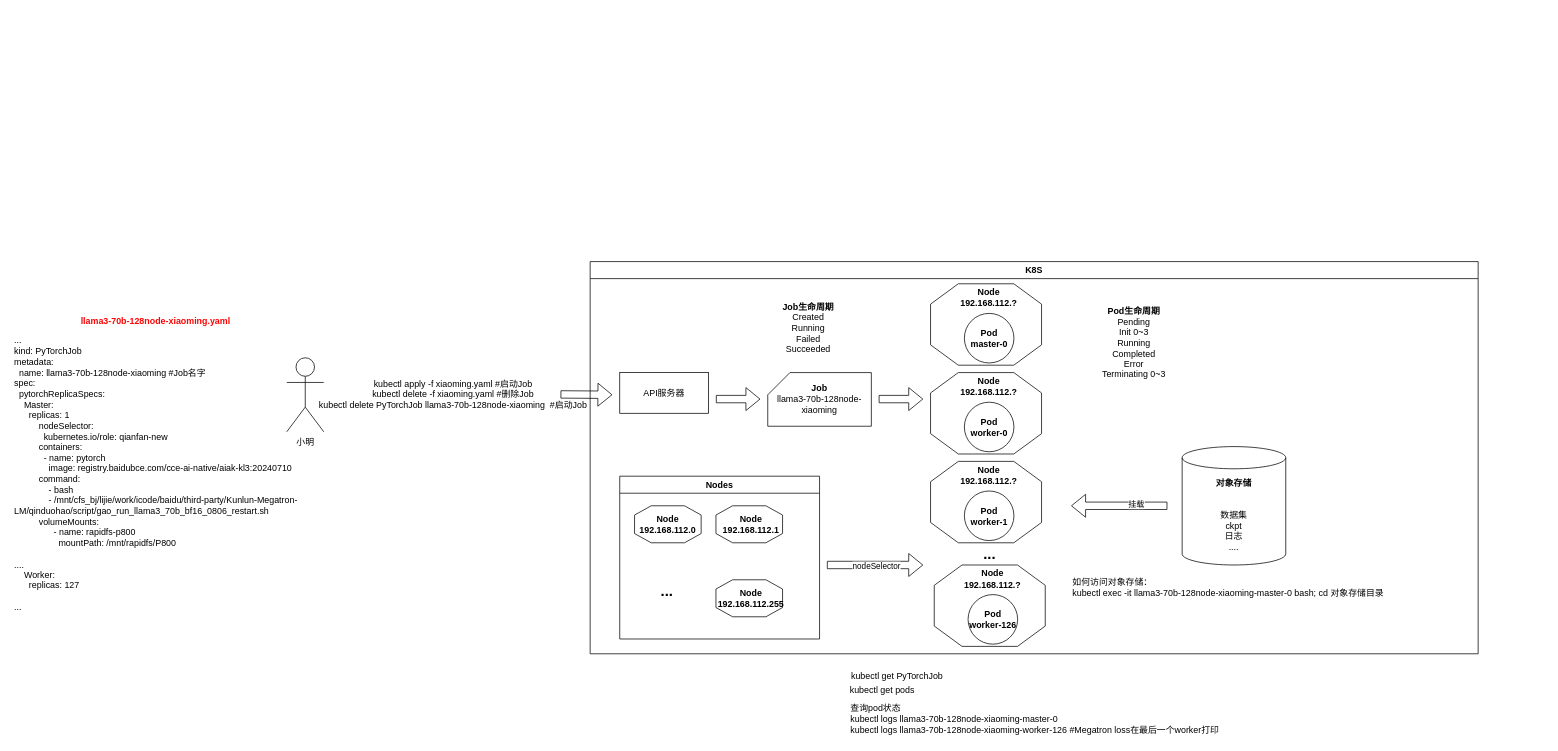
The draw.io diagram k8s.drawio in LamForest/draw.io, before the edit. Source tidied: cells renumbered, new cells numbered last; positions are measured from the earlier drawing's top-left corner, leaving out a move shared by most shapes. Both pictures are drawn from the tidied source at 74%, with x=0, y=0 at pixel (13, 261).
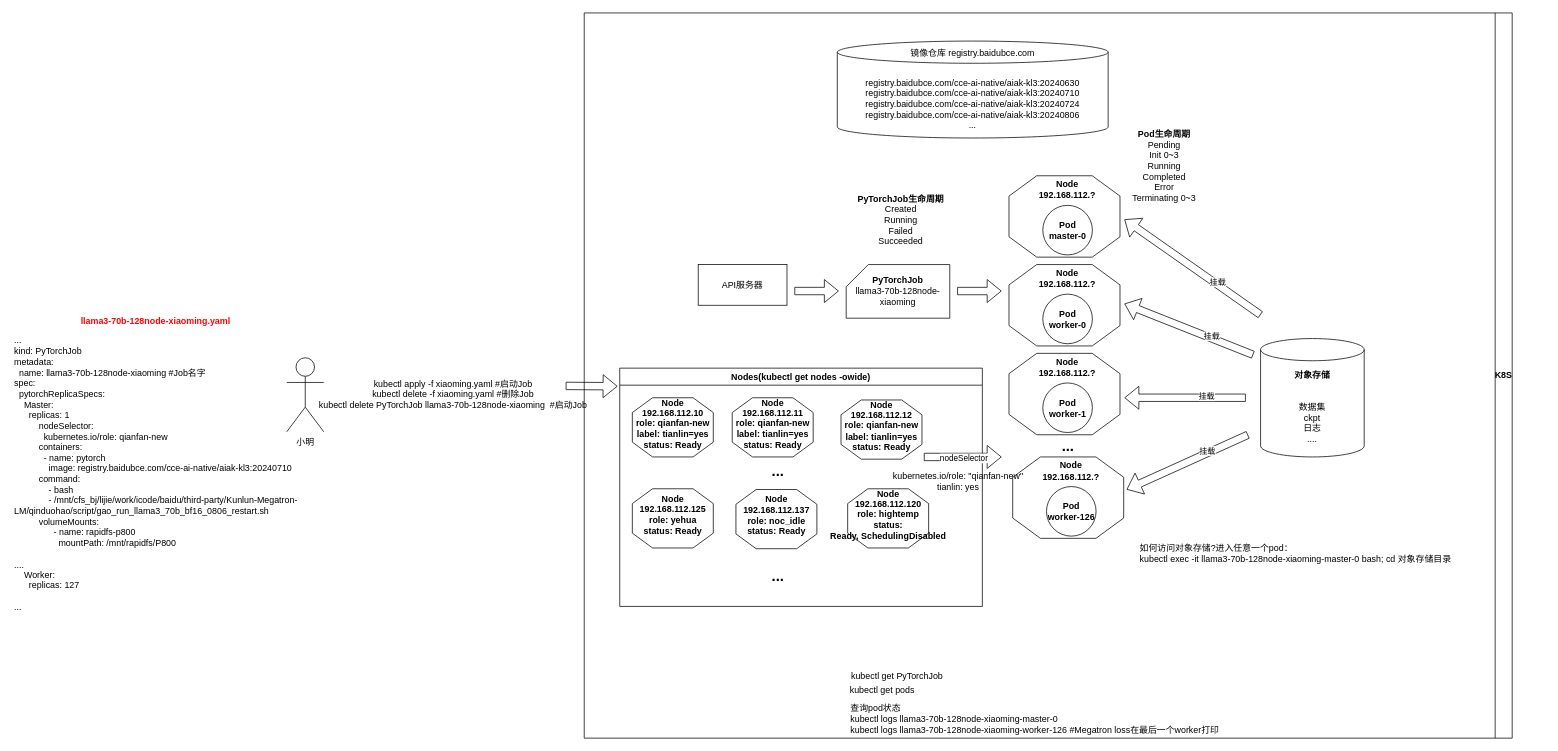
The same diagram, later.

Diff of the diagram source:
```diff
@@
-    <mxCell id="5" value="K8S" style="swimlane;whiteSpace=wrap;html=1;" parent="1" vertex="1">
-      <mxGeometry x="780" width="1200" height="530" as="geometry" />
+    <mxCell id="5" value="K8S" style="swimlane;whiteSpace=wrap;html=1;direction=south;" parent="1" vertex="1">
+      <mxGeometry x="772" y="-336" width="1254" height="980" as="geometry" />
     </mxCell>
+    <mxCell id="41" value="如何访问对象存储?进入任意一个pod：&#10;kubectl exec -it llama3-70b-128node-xiaoming-master-0 bash; cd 对象存储目录" style="text;whiteSpace=wrap;" parent="5" vertex="1">
+      <mxGeometry x="749" y="710" width="550" height="30" as="geometry" />
+    </mxCell>
     <mxCell id="6" style="group;" parent="5" vertex="1">
-      <mxGeometry x="460" y="30" width="150" height="110" as="geometry" />
+      <mxGeometry x="574" y="220" width="150" height="110" as="geometry" />
     </mxCell>
@@
     <mxCell id="10" value="API服务器" style="rounded=0;whiteSpace=wrap;html=1;" parent="5" vertex="1">
-      <mxGeometry x="40" y="150" width="120" height="55" as="geometry" />
+      <mxGeometry x="154" y="340" width="120" height="55" as="geometry" />
     </mxCell>
-    <mxCell id="11" value="&lt;b&gt;Job&lt;/b&gt;&lt;div&gt;llama3-70b-128node-xiaoming&lt;br&gt;&lt;/div&gt;" style="shape=card;whiteSpace=wrap;html=1;" parent="5" vertex="1">
-      <mxGeometry x="240" y="150" width="140" height="72.5" as="geometry" />
+    <mxCell id="11" value="&lt;b&gt;PyTorchJob&lt;/b&gt;&lt;div&gt;llama3-70b-128node-xiaoming&lt;br&gt;&lt;/div&gt;" style="shape=card;whiteSpace=wrap;html=1;" parent="5" vertex="1">
+      <mxGeometry x="354" y="340" width="140" height="72.5" as="geometry" />
     </mxCell>
     <mxCell id="12" value="..." style="text;html=1;align=center;verticalAlign=middle;whiteSpace=wrap;rounded=0;fontSize=20;fontStyle=1;" parent="5" vertex="1">
-      <mxGeometry x="510" y="380" width="60" height="30" as="geometry" />
+      <mxGeometry x="624" y="570" width="60" height="30" as="geometry" />
     </mxCell>
-    <mxCell id="13" style="verticalLabelPosition=bottom;verticalAlign=top;html=1;shape=mxgraph.basic.polygon;polyCoords=[[0.25,0],[0.75,0],[1,0.25],[1,0.75],[0.75,1],[0.25,1],[0,0.75],[0,0.25]];polyline=0;" parent="5" vertex="1">
-      <mxGeometry x="60" y="330" width="90" height="50" as="geometry" />
-    </mxCell>
-    <mxCell id="14" value="Node&lt;div&gt;192.168.112.0&lt;/div&gt;" style="text;html=1;align=center;verticalAlign=middle;whiteSpace=wrap;rounded=0;fontStyle=1;" parent="5" vertex="1">
-      <mxGeometry x="75" y="340" width="60" height="30" as="geometry" />
-    </mxCell>
-    <mxCell id="15" style="verticalLabelPosition=bottom;verticalAlign=top;html=1;shape=mxgraph.basic.polygon;polyCoords=[[0.25,0],[0.75,0],[1,0.25],[1,0.75],[0.75,1],[0.25,1],[0,0.75],[0,0.25]];polyline=0;" parent="5" vertex="1">
-      <mxGeometry x="170" y="330" width="90" height="50" as="geometry" />
-    </mxCell>
-    <mxCell id="16" value="Node&lt;div&gt;192.168.112.1&lt;/div&gt;" style="text;html=1;align=center;verticalAlign=middle;whiteSpace=wrap;rounded=0;fontStyle=1;" parent="5" vertex="1">
-      <mxGeometry x="185" y="340" width="65" height="30" as="geometry" />
-    </mxCell>
+    <mxCell id="21" value="Nodes(kubectl get nodes -owide)" style="swimlane;whiteSpace=wrap;html=1;" parent="5" vertex="1">
+      <mxGeometry x="48" y="480" width="490" height="322" as="geometry" />
+    </mxCell>
+    <mxCell id="49" style="group;" parent="21" vertex="1">
+      <mxGeometry x="17" y="40" width="182" height="80" as="geometry" />
+    </mxCell>
+    <mxCell id="50" style="verticalLabelPosition=bottom;verticalAlign=top;html=1;shape=mxgraph.basic.polygon;polyCoords=[[0.25,0],[0.75,0],[1,0.25],[1,0.75],[0.75,1],[0.25,1],[0,0.75],[0,0.25]];polyline=0;" parent="49" vertex="1">
+      <mxGeometry width="109.4" height="80" as="geometry" />
+    </mxCell>
+    <mxCell id="51" value="Node&lt;div&gt;192.168.112.10&lt;/div&gt;&lt;div&gt;role: qianfan-new&lt;/div&gt;&lt;div&gt;label: tianlin=yes&lt;br&gt;&lt;/div&gt;&lt;div&gt;status: Ready&lt;/div&gt;" style="text;html=1;align=center;verticalAlign=middle;whiteSpace=wrap;rounded=0;fontStyle=1;" parent="49" vertex="1">
+      <mxGeometry x="-24.4" y="16" width="158.2" height="37.5" as="geometry" />
+    </mxCell>
+    <mxCell id="52" style="group;" parent="21" vertex="1">
+      <mxGeometry x="299" y="43" width="182" height="80" as="geometry" />
+    </mxCell>
+    <mxCell id="53" style="verticalLabelPosition=bottom;verticalAlign=top;html=1;shape=mxgraph.basic.polygon;polyCoords=[[0.25,0],[0.75,0],[1,0.25],[1,0.75],[0.75,1],[0.25,1],[0,0.75],[0,0.25]];polyline=0;" parent="52" vertex="1">
+      <mxGeometry width="109.4" height="80" as="geometry" />
+    </mxCell>
+    <mxCell id="54" value="Node&lt;div&gt;192.168.112.12&lt;/div&gt;&lt;div&gt;role: qianfan-new&lt;/div&gt;&lt;div&gt;label: tianlin=yes&lt;br&gt;&lt;/div&gt;&lt;div&gt;status: Ready&lt;/div&gt;" style="text;html=1;align=center;verticalAlign=middle;whiteSpace=wrap;rounded=0;fontStyle=1;" parent="52" vertex="1">
+      <mxGeometry x="-24.4" y="16" width="158.2" height="37.5" as="geometry" />
+    </mxCell>
+    <mxCell id="55" style="group;" parent="21" vertex="1">
+      <mxGeometry x="17" y="163" width="182" height="80" as="geometry" />
+    </mxCell>
+    <mxCell id="56" style="verticalLabelPosition=bottom;verticalAlign=top;html=1;shape=mxgraph.basic.polygon;polyCoords=[[0.25,0],[0.75,0],[1,0.25],[1,0.75],[0.75,1],[0.25,1],[0,0.75],[0,0.25]];polyline=0;" parent="55" vertex="1">
+      <mxGeometry width="109.4" height="80" as="geometry" />
+    </mxCell>
+    <mxCell id="57" value="Node&lt;div&gt;192.168.112.125&lt;/div&gt;&lt;div&gt;role: yehua&lt;/div&gt;&lt;div&gt;status: Ready&lt;/div&gt;" style="text;html=1;align=center;verticalAlign=middle;whiteSpace=wrap;rounded=0;fontStyle=1;" parent="55" vertex="1">
+      <mxGeometry x="-24.4" y="16" width="158.2" height="37.5" as="geometry" />
+    </mxCell>
+    <mxCell id="58" style="group;" parent="21" vertex="1">
+      <mxGeometry x="157" y="164" width="182" height="80" as="geometry" />
+    </mxCell>
+    <mxCell id="59" style="verticalLabelPosition=bottom;verticalAlign=top;html=1;shape=mxgraph.basic.polygon;polyCoords=[[0.25,0],[0.75,0],[1,0.25],[1,0.75],[0.75,1],[0.25,1],[0,0.75],[0,0.25]];polyline=0;" parent="58" vertex="1">
+      <mxGeometry width="109.4" height="80" as="geometry" />
+    </mxCell>
+    <mxCell id="60" value="Node&lt;div&gt;192.168.112.137&lt;/div&gt;&lt;div&gt;role: noc_idle&lt;/div&gt;&lt;div&gt;status: Ready&lt;/div&gt;" style="text;html=1;align=center;verticalAlign=middle;whiteSpace=wrap;rounded=0;fontStyle=1;" parent="58" vertex="1">
+      <mxGeometry x="-24.4" y="16" width="158.2" height="37.5" as="geometry" />
+    </mxCell>
+    <mxCell id="61" style="group;" parent="21" vertex="1">
+      <mxGeometry x="308" y="163" width="182" height="80" as="geometry" />
+    </mxCell>
+    <mxCell id="62" style="verticalLabelPosition=bottom;verticalAlign=top;html=1;shape=mxgraph.basic.polygon;polyCoords=[[0.25,0],[0.75,0],[1,0.25],[1,0.75],[0.75,1],[0.25,1],[0,0.75],[0,0.25]];polyline=0;" parent="61" vertex="1">
+      <mxGeometry width="109.4" height="80" as="geometry" />
+    </mxCell>
+    <mxCell id="63" value="Node&lt;div&gt;192.168.112.120&lt;/div&gt;&lt;div&gt;role:&amp;nbsp;hightemp&lt;/div&gt;&lt;div&gt;status: Ready,&amp;nbsp;SchedulingDisabled&lt;/div&gt;" style="text;html=1;align=center;verticalAlign=middle;whiteSpace=wrap;rounded=0;fontStyle=1;" parent="61" vertex="1">
+      <mxGeometry x="-24.4" y="16" width="158.2" height="37.5" as="geometry" />
+    </mxCell>
-    <mxCell id="17" value="..." style="text;html=1;align=center;verticalAlign=middle;whiteSpace=wrap;rounded=0;fontSize=20;fontStyle=1;" parent="5" vertex="1">
-      <mxGeometry x="74" y="430" width="60" height="30" as="geometry" />
+    <mxCell id="17" value="..." style="text;html=1;align=center;verticalAlign=middle;whiteSpace=wrap;rounded=0;fontSize=20;fontStyle=1;" parent="21" vertex="1">
+      <mxGeometry x="184" y="123" width="60" height="30" as="geometry" />
     </mxCell>
-    <mxCell id="18" style="group;" parent="5" vertex="1">
-      <mxGeometry x="170" y="430" width="90" height="50" as="geometry" />
-    </mxCell>
-    <mxCell id="19" style="verticalLabelPosition=bottom;verticalAlign=top;html=1;shape=mxgraph.basic.polygon;polyCoords=[[0.25,0],[0.75,0],[1,0.25],[1,0.75],[0.75,1],[0.25,1],[0,0.75],[0,0.25]];polyline=0;" parent="18" vertex="1">
-      <mxGeometry width="90" height="50" as="geometry" />
-    </mxCell>
-    <mxCell id="20" value="Node&lt;div&gt;192.168.112.255&lt;/div&gt;" style="text;html=1;align=center;verticalAlign=middle;whiteSpace=wrap;rounded=0;fontStyle=1;" parent="18" vertex="1">
-      <mxGeometry x="15" y="10" width="65" height="30" as="geometry" />
-    </mxCell>
-    <mxCell id="21" value="Nodes" style="swimlane;whiteSpace=wrap;html=1;" parent="5" vertex="1">
-      <mxGeometry x="40" y="290" width="270" height="220" as="geometry" />
-    </mxCell>
+    <mxCell id="64" value="..." style="text;html=1;align=center;verticalAlign=middle;whiteSpace=wrap;rounded=0;fontSize=20;fontStyle=1;" parent="21" vertex="1">
+      <mxGeometry x="184" y="265" width="60" height="30" as="geometry" />
+    </mxCell>
     <mxCell id="22" style="shape=flexArrow;endArrow=classic;html=1;rounded=0;" parent="5" edge="1">
       <mxGeometry relative="1" as="geometry">
-        <mxPoint x="320" y="410" as="sourcePoint" />
-        <mxPoint x="450" y="410" as="targetPoint" />
+        <mxPoint x="459" y="600" as="sourcePoint" />
+        <mxPoint x="564" y="600" as="targetPoint" />
       </mxGeometry>
     </mxCell>
@@
     <mxCell id="24" style="group;" parent="5" vertex="1">
-      <mxGeometry x="460" y="150" width="150" height="110" as="geometry" />
+      <mxGeometry x="574" y="340" width="150" height="110" as="geometry" />
     </mxCell>
@@
     <mxCell id="28" style="group;" parent="5" vertex="1">
-      <mxGeometry x="460" y="270" width="150" height="110" as="geometry" />
+      <mxGeometry x="574" y="460" width="150" height="110" as="geometry" />
     </mxCell>
@@
     <mxCell id="32" style="group;" parent="5" vertex="1">
-      <mxGeometry x="465" y="410" width="150" height="110" as="geometry" />
+      <mxGeometry x="579" y="600" width="150" height="110" as="geometry" />
     </mxCell>
@@
     <mxCell id="36" value="&lt;b&gt;对象存储&lt;/b&gt;&lt;div&gt;&lt;br&gt;&lt;/div&gt;&lt;div&gt;&lt;br&gt;&lt;div&gt;数据集&lt;/div&gt;&lt;div&gt;ckpt&lt;/div&gt;&lt;div&gt;日志&lt;/div&gt;&lt;div&gt;....&lt;/div&gt;&lt;/div&gt;" style="shape=cylinder3;whiteSpace=wrap;html=1;boundedLbl=1;backgroundOutline=1;size=15;" parent="5" vertex="1">
-      <mxGeometry x="800" y="250" width="140" height="160" as="geometry" />
+      <mxGeometry x="914" y="440" width="140" height="160" as="geometry" />
     </mxCell>
     <mxCell id="37" style="shape=flexArrow;endArrow=classic;html=1;rounded=0;" parent="5" edge="1">
       <mxGeometry relative="1" as="geometry">
-        <mxPoint x="780" y="330" as="sourcePoint" />
-        <mxPoint x="650" y="330" as="targetPoint" />
+        <mxPoint x="894" y="520" as="sourcePoint" />
+        <mxPoint x="730" y="520" as="targetPoint" />
       </mxGeometry>
     </mxCell>
@@
     <mxCell id="39" value="&lt;b&gt;Pod生命周期&lt;/b&gt;&lt;div&gt;&lt;div&gt;Pending&lt;/div&gt;&lt;div&gt;&lt;div&gt;Init 0~3&lt;/div&gt;&lt;div&gt;&lt;span style=&quot;background-color: initial;&quot;&gt;Running&lt;/span&gt;&lt;br&gt;&lt;/div&gt;&lt;div&gt;Completed&lt;/div&gt;&lt;div&gt;Error&lt;/div&gt;&lt;div&gt;Terminating 0~3&lt;/div&gt;&lt;/div&gt;&lt;/div&gt;" style="text;html=1;align=center;verticalAlign=middle;whiteSpace=wrap;rounded=0;" parent="5" vertex="1">
-      <mxGeometry x="660" y="60" width="150" height="100" as="geometry" />
+      <mxGeometry x="709" y="157" width="150" height="100" as="geometry" />
     </mxCell>
-    <mxCell id="40" value="&lt;b&gt;Job生命周期&lt;/b&gt;&lt;div&gt;&lt;div&gt;Created&lt;/div&gt;&lt;div&gt;Running&lt;/div&gt;&lt;div&gt;Failed&lt;/div&gt;&lt;div&gt;Succeeded&lt;/div&gt;&lt;/div&gt;" style="text;html=1;align=center;verticalAlign=middle;whiteSpace=wrap;rounded=0;" parent="5" vertex="1">
-      <mxGeometry x="250" y="40" width="90" height="100" as="geometry" />
+    <mxCell id="40" value="&lt;b&gt;PyTorchJob生命周期&lt;/b&gt;&lt;div&gt;&lt;div&gt;Created&lt;/div&gt;&lt;div&gt;Running&lt;/div&gt;&lt;div&gt;Failed&lt;/div&gt;&lt;div&gt;Succeeded&lt;/div&gt;&lt;/div&gt;" style="text;html=1;align=center;verticalAlign=middle;whiteSpace=wrap;rounded=0;" parent="5" vertex="1">
+      <mxGeometry x="364" y="230" width="128" height="100" as="geometry" />
     </mxCell>
-    <mxCell id="41" value="如何访问对象存储：&#10;kubectl exec -it llama3-70b-128node-xiaoming-master-0 bash; cd 对象存储目录" style="text;whiteSpace=wrap;" parent="5" vertex="1">
-      <mxGeometry x="650" y="420" width="550" height="30" as="geometry" />
-    </mxCell>
     <mxCell id="42" style="shape=flexArrow;endArrow=classic;html=1;rounded=0;" parent="5" edge="1">
       <mxGeometry relative="1" as="geometry">
-        <mxPoint x="170" y="185.8" as="sourcePoint" />
-        <mxPoint x="230" y="185.8" as="targetPoint" />
+        <mxPoint x="284" y="375.8" as="sourcePoint" />
+        <mxPoint x="344" y="375.8" as="targetPoint" />
       </mxGeometry>
     </mxCell>
     <mxCell id="43" style="shape=flexArrow;endArrow=classic;html=1;rounded=0;" parent="5" edge="1">
       <mxGeometry relative="1" as="geometry">
-        <mxPoint x="390" y="185.8" as="sourcePoint" />
-        <mxPoint x="450" y="185.8" as="targetPoint" />
+        <mxPoint x="504" y="375.8" as="sourcePoint" />
+        <mxPoint x="564" y="375.8" as="targetPoint" />
       </mxGeometry>
     </mxCell>
+    <mxCell id="48" style="shape=flexArrow;endArrow=classic;html=1;rounded=0;" parent="5" edge="1">
+      <mxGeometry relative="1" as="geometry">
+        <mxPoint x="-25" y="504" as="sourcePoint" />
+        <mxPoint x="45" y="504.5" as="targetPoint" />
+      </mxGeometry>
+    </mxCell>
+    <mxCell id="65" style="group;" parent="5" vertex="1">
+      <mxGeometry x="334" y="38" width="382" height="188" as="geometry" />
+    </mxCell>
+    <mxCell id="66" style="shape=cylinder3;whiteSpace=wrap;html=1;boundedLbl=1;backgroundOutline=1;size=15;" parent="65" vertex="1">
+      <mxGeometry x="8" width="366" height="131" as="geometry" />
+    </mxCell>
+    <mxCell id="67" value="镜像仓库&amp;nbsp;registry.baidubce.com" style="text;html=1;align=center;verticalAlign=middle;whiteSpace=wrap;rounded=0;" parent="65" vertex="1">
+      <mxGeometry x="89" width="204" height="31" as="geometry" />
+    </mxCell>
+    <mxCell id="68" value="&lt;div&gt;registry.baidubce.com/cce-ai-native/aiak-kl3:20240630&lt;br&gt;&lt;/div&gt;registry.baidubce.com/cce-ai-native/aiak-kl3:20240710&lt;div&gt;registry.baidubce.com/cce-ai-native/aiak-kl3:20240724&lt;br&gt;&lt;/div&gt;&lt;div&gt;registry.baidubce.com/cce-ai-native/aiak-kl3:20240806&lt;br&gt;&lt;/div&gt;&lt;div&gt;...&lt;/div&gt;" style="text;html=1;align=center;verticalAlign=middle;whiteSpace=wrap;rounded=0;" parent="65" vertex="1">
+      <mxGeometry y="25" width="382" height="120" as="geometry" />
+    </mxCell>
+    <mxCell id="69" style="shape=flexArrow;endArrow=classic;html=1;rounded=0;" parent="5" edge="1">
+      <mxGeometry relative="1" as="geometry">
+        <mxPoint x="904" y="462" as="sourcePoint" />
+        <mxPoint x="730" y="393" as="targetPoint" />
+      </mxGeometry>
+    </mxCell>
+    <mxCell id="70" value="挂载" style="edgeLabel;html=1;align=center;verticalAlign=middle;" parent="69" vertex="1">
+      <mxGeometry x="-0.34" y="-3" relative="1" as="geometry" />
+    </mxCell>
+    <mxCell id="71" style="shape=flexArrow;endArrow=classic;html=1;rounded=0;" parent="5" edge="1">
+      <mxGeometry relative="1" as="geometry">
+        <mxPoint x="914" y="408" as="sourcePoint" />
+        <mxPoint x="730" y="279" as="targetPoint" />
+      </mxGeometry>
+    </mxCell>
+    <mxCell id="72" value="挂载" style="edgeLabel;html=1;align=center;verticalAlign=middle;" parent="71" vertex="1">
+      <mxGeometry x="-0.34" y="-3" relative="1" as="geometry" />
+    </mxCell>
+    <mxCell id="73" style="shape=flexArrow;endArrow=classic;html=1;rounded=0;" parent="5" edge="1">
+      <mxGeometry relative="1" as="geometry">
+        <mxPoint x="897" y="570" as="sourcePoint" />
+        <mxPoint x="733" y="644" as="targetPoint" />
+      </mxGeometry>
+    </mxCell>
+    <mxCell id="74" value="挂载" style="edgeLabel;html=1;align=center;verticalAlign=middle;" parent="73" vertex="1">
+      <mxGeometry x="-0.34" y="-3" relative="1" as="geometry" />
+    </mxCell>
+    <mxCell id="75" value="kubernetes.io/role: &quot;qianfan-new&quot;&lt;div&gt;tianlin: yes&lt;/div&gt;" style="text;html=1;align=center;verticalAlign=middle;whiteSpace=wrap;rounded=0;" parent="5" vertex="1">
+      <mxGeometry x="412" y="621" width="187" height="23" as="geometry" />
+    </mxCell>
@@
-    <mxCell id="48" style="shape=flexArrow;endArrow=classic;html=1;rounded=0;" parent="1" edge="1">
-      <mxGeometry relative="1" as="geometry">
-        <mxPoint x="740" y="179.5" as="sourcePoint" />
-        <mxPoint x="810" y="180" as="targetPoint" />
-      </mxGeometry>
-    </mxCell>
+    <mxCell id="76" style="group;" parent="1" vertex="1">
+      <mxGeometry x="972" y="184" width="182" height="80" as="geometry" />
+    </mxCell>
+    <mxCell id="77" style="verticalLabelPosition=bottom;verticalAlign=top;html=1;shape=mxgraph.basic.polygon;polyCoords=[[0.25,0],[0.75,0],[1,0.25],[1,0.75],[0.75,1],[0.25,1],[0,0.75],[0,0.25]];polyline=0;" parent="76" vertex="1">
+      <mxGeometry width="109.4" height="80" as="geometry" />
+    </mxCell>
+    <mxCell id="78" value="Node&lt;div&gt;192.168.112.11&lt;/div&gt;&lt;div&gt;role: qianfan-new&lt;/div&gt;&lt;div&gt;label: tianlin=yes&lt;/div&gt;&lt;div&gt;status: Ready&lt;/div&gt;" style="text;html=1;align=center;verticalAlign=middle;whiteSpace=wrap;rounded=0;fontStyle=1;" parent="76" vertex="1">
+      <mxGeometry x="-24.4" y="16" width="158.2" height="37.5" as="geometry" />
+    </mxCell>
```
